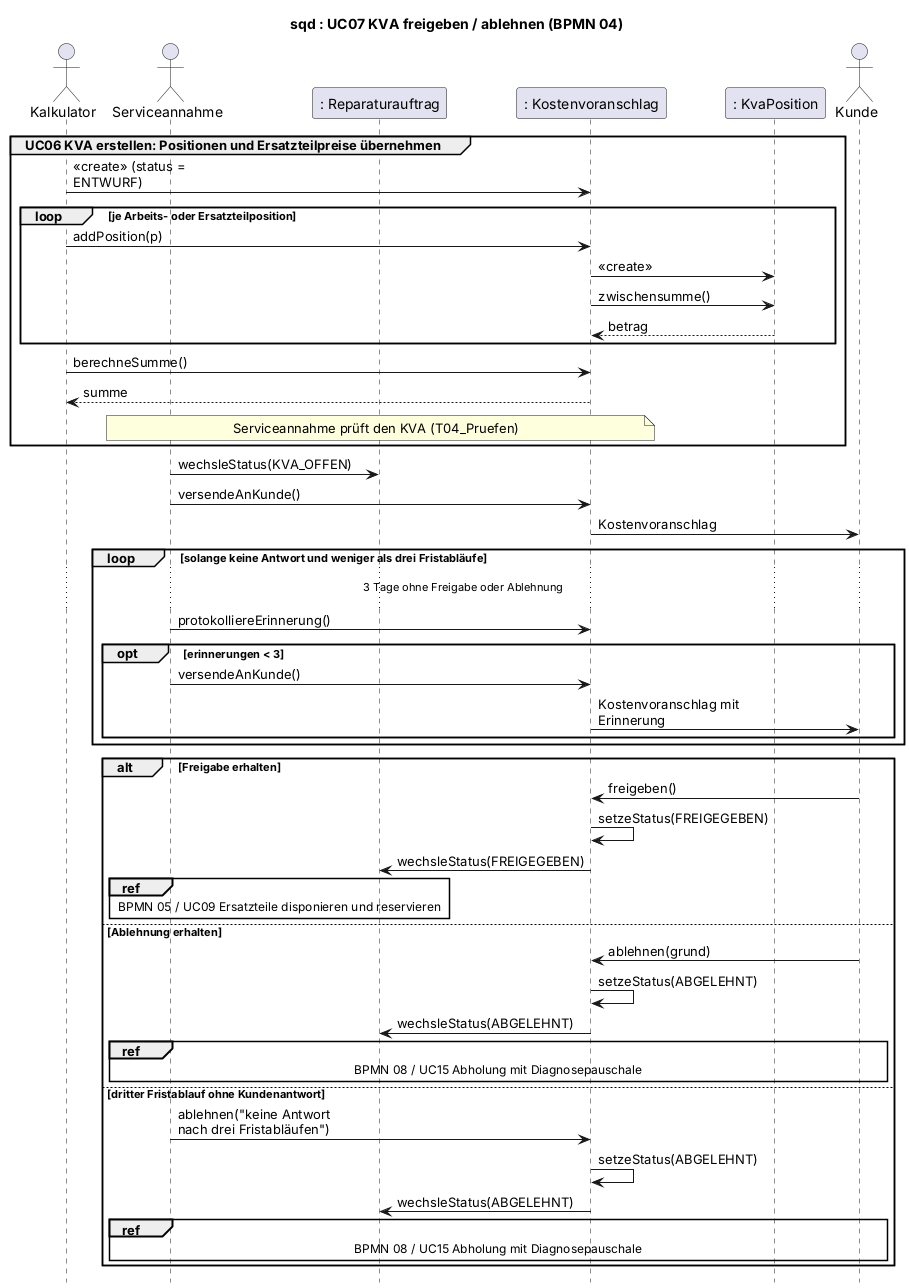
This is 2_uml/entwurf-plantuml/sequenz-02-kva-freigabe.png from jakobschwan123-cmd/casestudy-semester-3, a PlantUML export, as it was before one commit.
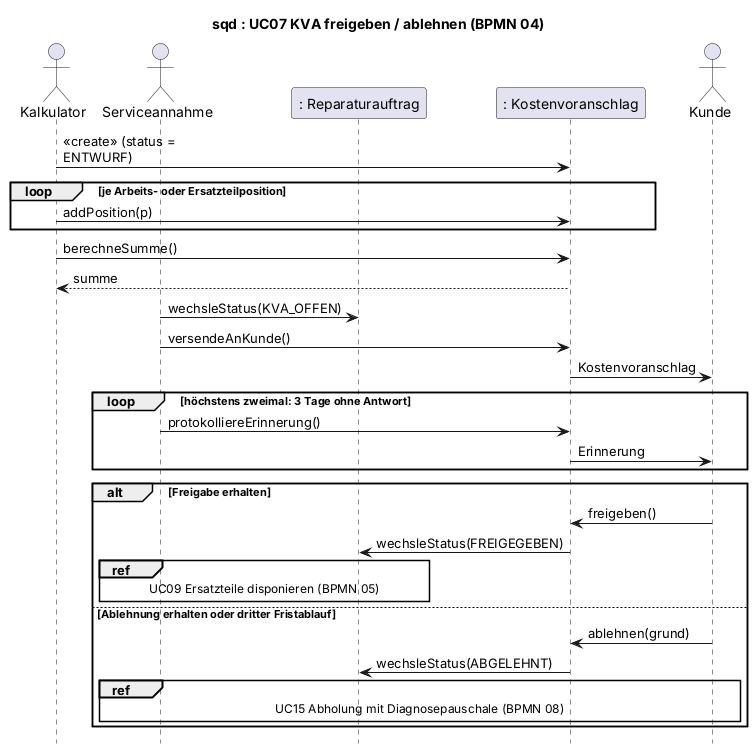
The same diagram one commit later.

Change to the diagram source:
```diff
@@ -2,53 +2,35 @@
 title sqd : UC07 KVA freigeben / ablehnen (BPMN 04)
 skinparam defaultFontName Arial
 skinparam sequenceMessageAlign left
-skinparam maxMessageSize 160
+skinparam maxMessageSize 170
 hide footbox
 
-actor Kalkulator as Techniker
+actor Kalkulator
 actor Serviceannahme as SM
 participant ": Reparaturauftrag" as RA
 participant ": Kostenvoranschlag" as KVA
-participant ": KvaPosition" as POS
 actor Kunde
 
-group UC06 KVA erstellen: Positionen und Ersatzteilpreise übernehmen
-Techniker -> KVA : <<create>> (status = ENTWURF)
+Kalkulator -> KVA : <<create>> (status = ENTWURF)
 loop je Arbeits- oder Ersatzteilposition
-    Techniker -> KVA : addPosition(p)
-    KVA -> POS : <<create>>
-    KVA -> POS : zwischensumme()
-    POS --> KVA : betrag
+    Kalkulator -> KVA : addPosition(p)
 end
-Techniker -> KVA : berechneSumme()
-KVA --> Techniker : summe
-note over SM, KVA : Serviceannahme prüft den KVA (T04_Pruefen)
-end
+Kalkulator -> KVA : berechneSumme()
+KVA --> Kalkulator : summe
 SM -> RA : wechsleStatus(KVA_OFFEN)
 SM -> KVA : versendeAnKunde()
 KVA -> Kunde : Kostenvoranschlag
-loop solange keine Antwort und weniger als drei Fristabläufe
-    ... 3 Tage ohne Freigabe oder Ablehnung ...
+loop höchstens zweimal: 3 Tage ohne Antwort
     SM -> KVA : protokolliereErinnerung()
-    opt erinnerungen < 3
-        SM -> KVA : versendeAnKunde()
-        KVA -> Kunde : Kostenvoranschlag mit Erinnerung
-    end
+    KVA -> Kunde : Erinnerung
 end
 alt Freigabe erhalten
     Kunde -> KVA : freigeben()
-    KVA -> KVA : setzeStatus(FREIGEGEBEN)
     KVA -> RA : wechsleStatus(FREIGEGEBEN)
-    ref over SM, RA : BPMN 05 / UC09 Ersatzteile disponieren und reservieren
-else Ablehnung erhalten
+    ref over SM, RA : UC09 Ersatzteile disponieren (BPMN 05)
+else Ablehnung erhalten oder dritter Fristablauf
     Kunde -> KVA : ablehnen(grund)
-    KVA -> KVA : setzeStatus(ABGELEHNT)
     KVA -> RA : wechsleStatus(ABGELEHNT)
-    ref over SM, RA, Kunde : BPMN 08 / UC15 Abholung mit Diagnosepauschale
-else dritter Fristablauf ohne Kundenantwort
-    SM -> KVA : ablehnen("keine Antwort nach drei Fristabläufen")
-    KVA -> KVA : setzeStatus(ABGELEHNT)
-    KVA -> RA : wechsleStatus(ABGELEHNT)
-    ref over SM, RA, Kunde : BPMN 08 / UC15 Abholung mit Diagnosepauschale
+    ref over SM, RA, Kunde : UC15 Abholung mit Diagnosepauschale (BPMN 08)
 end
 @enduml
```
